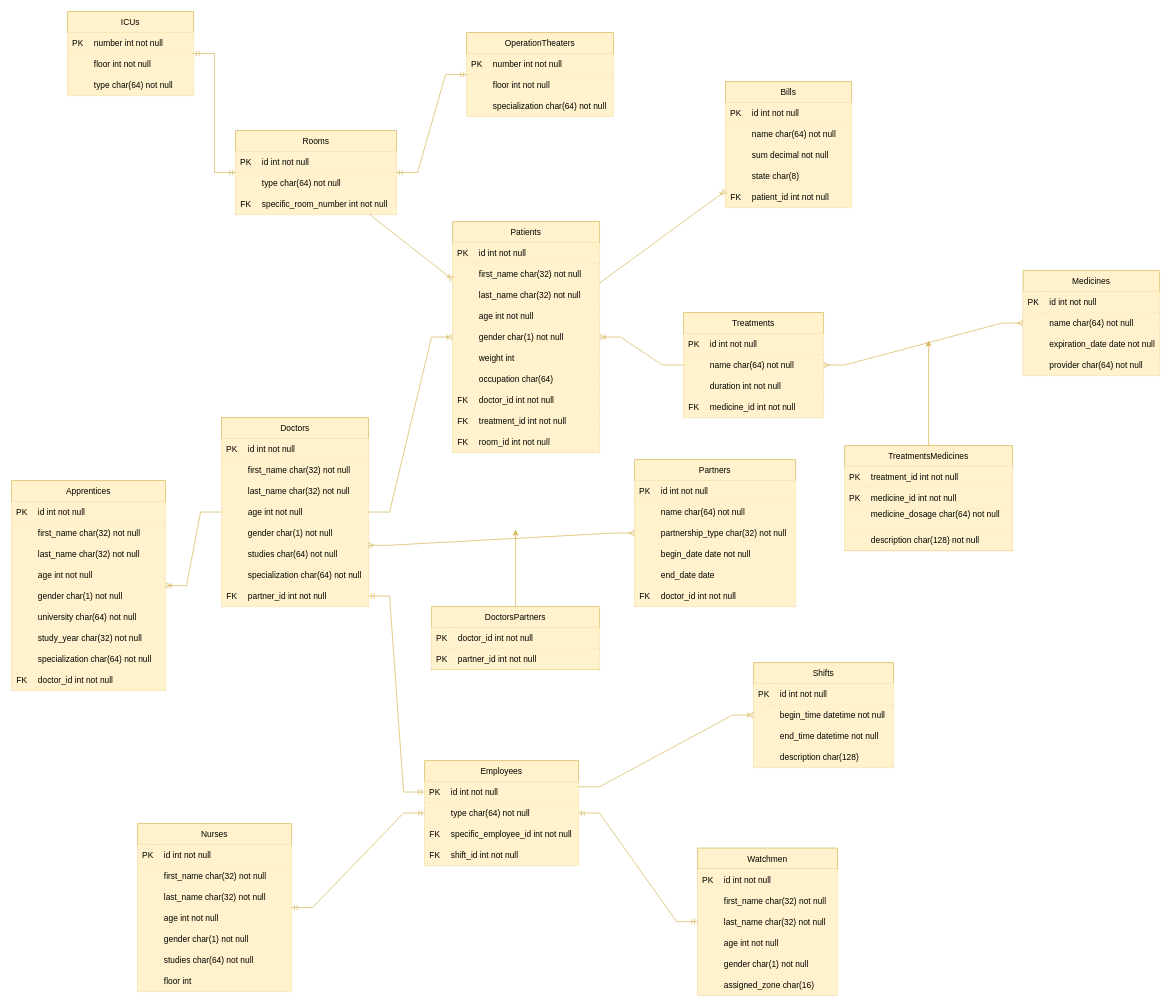
SimonMaracine/hospital-database-project keeps this draw.io diagram as relational_model.drawio. Above is the earlier version. Source tidied: cells renumbered, new cells numbered last; positions are measured from the earlier drawing's top-left corner, leaving out a move shared by most shapes. Both pictures are drawn from the tidied source at 70%, with x=0, y=0 at pixel (11, 11).
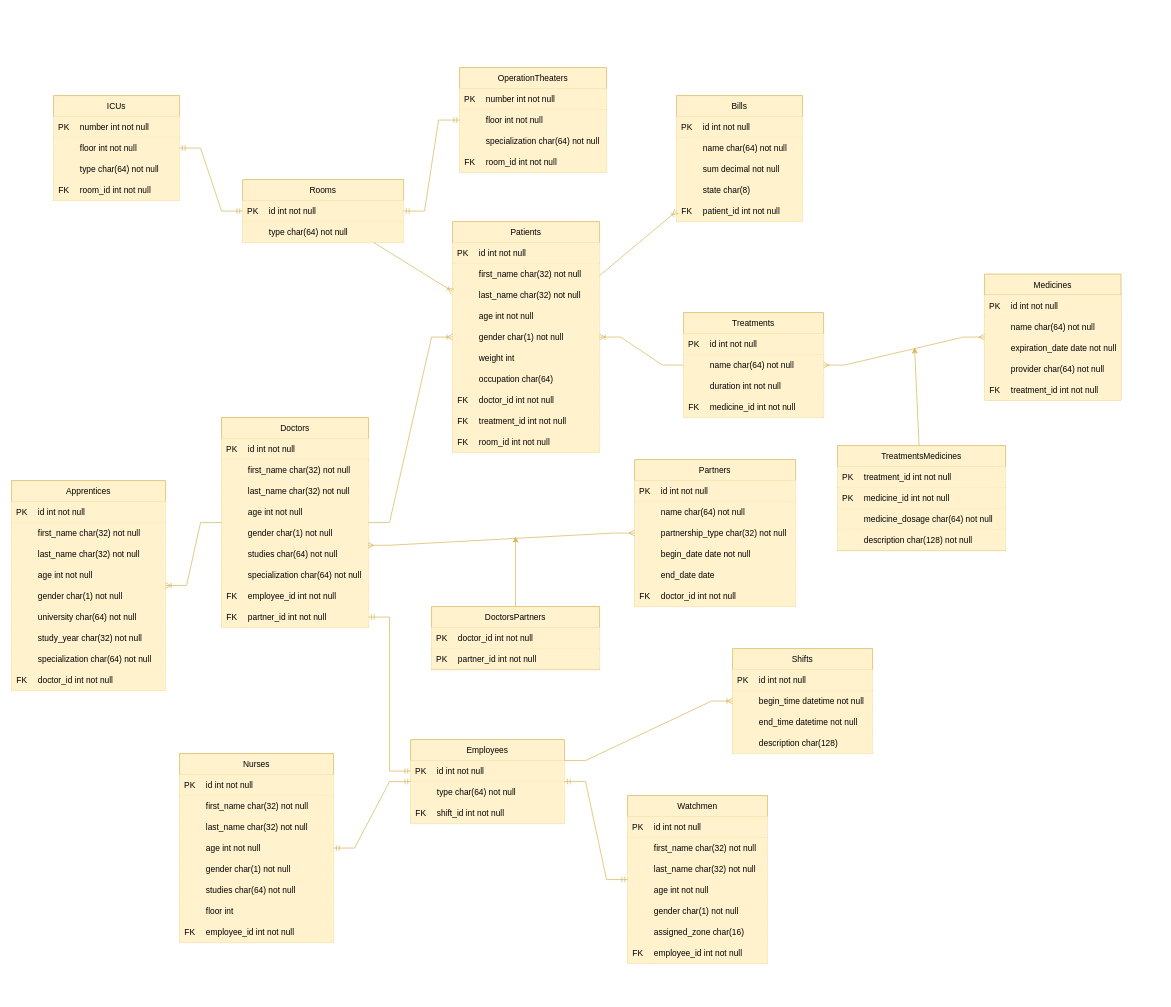
The same page after the edit.

Unchanged cells that the change refers to:
```xml
<mxCell id="244" style="shape=tableRow;horizontal=0;startSize=0;swimlaneHead=0;swimlaneBody=0;fillColor=#fff2cc;top=0;left=0;right=0;bottom=1;strokeColor=#d6b656;" parent="237" vertex="1">
  <mxGeometry y="90" width="240" height="30" as="geometry" />
</mxCell>
<mxCell id="270" value="DoctorsPartners" style="shape=table;startSize=30;childLayout=tableLayout;rowLines=0;align=center;fillColor=#fff2cc;strokeColor=#d6b656;" parent="1" vertex="1">
  <mxGeometry x="600" y="850" width="240" height="90" as="geometry" />
</mxCell>
```

The edit, as a diff of the source:
```diff
@@
     <mxCell id="2" value="Nurses" style="shape=table;startSize=30;childLayout=tableLayout;rowLines=0;align=center;fillColor=#fff2cc;strokeColor=#d6b656;" parent="1" vertex="1">
-      <mxGeometry x="180" y="1160" width="220" height="240" as="geometry" />
+      <mxGeometry x="240" y="1060" width="220" height="270" as="geometry" />
     </mxCell>
@@
+    <mxCell id="279" style="shape=tableRow;horizontal=0;startSize=0;swimlaneHead=0;swimlaneBody=0;fillColor=#fff2cc;top=0;left=0;right=0;bottom=0;strokeColor=#d6b656;" parent="2" vertex="1">
+      <mxGeometry y="240" width="220" height="30" as="geometry" />
+    </mxCell>
+    <mxCell id="280" value="FK" style="shape=partialRectangle;fillColor=#fff2cc;top=0;left=0;bottom=0;right=0;overflow=hidden;strokeColor=#d6b656;" parent="279" vertex="1">
+      <mxGeometry width="30" height="30" as="geometry" />
+    </mxCell>
+    <mxCell id="281" value="employee_id int not null" style="shape=partialRectangle;fillColor=#fff2cc;top=0;left=0;bottom=0;right=0;align=left;spacingLeft=6;overflow=hidden;strokeColor=#d6b656;" parent="279" vertex="1">
+      <mxGeometry x="30" width="190" height="30" as="geometry" />
+    </mxCell>
     <mxCell id="24" value="ICUs" style="shape=table;startSize=30;childLayout=tableLayout;rowLines=0;align=center;fillColor=#fff2cc;strokeColor=#d6b656;" parent="1" vertex="1">
-      <mxGeometry x="80" width="180" height="120" as="geometry" />
+      <mxGeometry x="60" y="120" width="180" height="150" as="geometry" />
     </mxCell>
@@
+    <mxCell id="282" style="shape=tableRow;horizontal=0;startSize=0;swimlaneHead=0;swimlaneBody=0;fillColor=#fff2cc;top=0;left=0;right=0;bottom=0;strokeColor=#d6b656;" parent="24" vertex="1">
+      <mxGeometry y="120" width="180" height="30" as="geometry" />
+    </mxCell>
+    <mxCell id="283" value="FK" style="shape=partialRectangle;fillColor=#fff2cc;top=0;left=0;bottom=0;right=0;overflow=hidden;strokeColor=#d6b656;" parent="282" vertex="1">
+      <mxGeometry width="30" height="30" as="geometry" />
+    </mxCell>
+    <mxCell id="284" value="room_id int not null" style="shape=partialRectangle;fillColor=#fff2cc;top=0;left=0;bottom=0;right=0;align=left;spacingLeft=6;overflow=hidden;strokeColor=#d6b656;" parent="282" vertex="1">
+      <mxGeometry x="30" width="150" height="30" as="geometry" />
+    </mxCell>
     <mxCell id="34" value="OperationTheaters" style="shape=table;startSize=30;childLayout=tableLayout;rowLines=0;align=center;fillColor=#fff2cc;strokeColor=#d6b656;" parent="1" vertex="1">
-      <mxGeometry x="650" y="30" width="210" height="120" as="geometry" />
+      <mxGeometry x="640" y="80" width="210" height="150" as="geometry" />
     </mxCell>
@@
+    <mxCell id="285" style="shape=tableRow;horizontal=0;startSize=0;swimlaneHead=0;swimlaneBody=0;fillColor=#fff2cc;top=0;left=0;right=0;bottom=0;strokeColor=#d6b656;" parent="34" vertex="1">
+      <mxGeometry y="120" width="210" height="30" as="geometry" />
+    </mxCell>
+    <mxCell id="286" value="FK" style="shape=partialRectangle;fillColor=#fff2cc;top=0;left=0;bottom=0;right=0;overflow=hidden;strokeColor=#d6b656;" parent="285" vertex="1">
+      <mxGeometry width="30" height="30" as="geometry" />
+    </mxCell>
+    <mxCell id="287" value="room_id int not null" style="shape=partialRectangle;fillColor=#fff2cc;top=0;left=0;bottom=0;right=0;align=left;spacingLeft=6;overflow=hidden;strokeColor=#d6b656;" parent="285" vertex="1">
+      <mxGeometry x="30" width="180" height="30" as="geometry" />
+    </mxCell>
     <mxCell id="44" value="Watchmen" style="shape=table;startSize=30;childLayout=tableLayout;rowLines=0;align=center;fillColor=#fff2cc;strokeColor=#d6b656;" parent="1" vertex="1">
-      <mxGeometry x="980" y="1195" width="200" height="210" as="geometry" />
+      <mxGeometry x="880" y="1120" width="200" height="240" as="geometry" />
     </mxCell>
@@
+    <mxCell id="288" style="shape=tableRow;horizontal=0;startSize=0;swimlaneHead=0;swimlaneBody=0;fillColor=#fff2cc;top=0;left=0;right=0;bottom=0;strokeColor=#d6b656;" parent="44" vertex="1">
+      <mxGeometry y="210" width="200" height="30" as="geometry" />
+    </mxCell>
+    <mxCell id="289" value="FK" style="shape=partialRectangle;fillColor=#fff2cc;top=0;left=0;bottom=0;right=0;overflow=hidden;strokeColor=#d6b656;" parent="288" vertex="1">
+      <mxGeometry width="30" height="30" as="geometry" />
+    </mxCell>
+    <mxCell id="290" value="employee_id int not null" style="shape=partialRectangle;fillColor=#fff2cc;top=0;left=0;bottom=0;right=0;align=left;spacingLeft=6;overflow=hidden;strokeColor=#d6b656;" parent="288" vertex="1">
+      <mxGeometry x="30" width="170" height="30" as="geometry" />
+    </mxCell>
     <mxCell id="63" value="Shifts" style="shape=table;startSize=30;childLayout=tableLayout;rowLines=0;align=center;fillColor=#fff2cc;strokeColor=#d6b656;" parent="1" vertex="1">
-      <mxGeometry x="1060" y="930" width="200" height="150" as="geometry" />
+      <mxGeometry x="1030" y="910" width="200" height="150" as="geometry" />
     </mxCell>
@@
     <mxCell id="126" value="Rooms" style="shape=table;startSize=30;childLayout=tableLayout;rowLines=0;align=center;fillColor=#fff2cc;strokeColor=#d6b656;" parent="1" vertex="1">
-      <mxGeometry x="320" y="170" width="230" height="120" as="geometry" />
+      <mxGeometry x="330" y="240" width="230" height="90" as="geometry" />
     </mxCell>
@@
-    <mxCell id="133" style="shape=tableRow;horizontal=0;startSize=0;swimlaneHead=0;swimlaneBody=0;fillColor=#fff2cc;top=0;left=0;right=0;bottom=0;strokeColor=#d6b656;" parent="126" vertex="1">
-      <mxGeometry y="90" width="230" height="30" as="geometry" />
-    </mxCell>
-    <mxCell id="134" value="FK" style="shape=partialRectangle;fillColor=#fff2cc;top=0;left=0;bottom=0;right=0;overflow=hidden;strokeColor=#d6b656;" parent="133" vertex="1">
-      <mxGeometry width="30" height="30" as="geometry" />
-    </mxCell>
-    <mxCell id="135" value="specific_room_number int not null" style="shape=partialRectangle;fillColor=#fff2cc;top=0;left=0;bottom=0;right=0;align=left;spacingLeft=6;overflow=hidden;strokeColor=#d6b656;" parent="133" vertex="1">
-      <mxGeometry x="30" width="200" height="30" as="geometry" />
-    </mxCell>
     <mxCell id="136" value="Bills" style="shape=table;startSize=30;childLayout=tableLayout;rowLines=0;align=center;fillColor=#fff2cc;strokeColor=#d6b656;" parent="1" vertex="1">
-      <mxGeometry x="1020" y="100" width="180" height="180" as="geometry" />
+      <mxGeometry x="950" y="120" width="180" height="180" as="geometry" />
     </mxCell>
@@
     <mxCell id="152" value="Doctors" style="shape=table;startSize=30;childLayout=tableLayout;rowLines=0;align=center;fillColor=#fff2cc;strokeColor=#d6b656;" parent="1" vertex="1">
-      <mxGeometry x="300" y="580" width="210" height="270" as="geometry" />
+      <mxGeometry x="300" y="580" width="210" height="300" as="geometry" />
     </mxCell>
@@
+    <mxCell id="291" style="shape=tableRow;horizontal=0;startSize=0;swimlaneHead=0;swimlaneBody=0;fillColor=#fff2cc;top=0;left=0;right=0;bottom=0;strokeColor=#d6b656;" parent="152" vertex="1">
+      <mxGeometry y="240" width="210" height="30" as="geometry" />
+    </mxCell>
+    <mxCell id="292" value="FK" style="shape=partialRectangle;fillColor=#fff2cc;top=0;left=0;bottom=0;right=0;overflow=hidden;strokeColor=#d6b656;" parent="291" vertex="1">
+      <mxGeometry width="30" height="30" as="geometry" />
+    </mxCell>
+    <mxCell id="293" value="employee_id int not null" style="shape=partialRectangle;fillColor=#fff2cc;top=0;left=0;bottom=0;right=0;align=left;spacingLeft=6;overflow=hidden;strokeColor=#d6b656;" parent="291" vertex="1">
+      <mxGeometry x="30" width="180" height="30" as="geometry" />
+    </mxCell>
     <mxCell id="174" style="shape=tableRow;horizontal=0;startSize=0;swimlaneHead=0;swimlaneBody=0;fillColor=#fff2cc;points=[[0,0.5],[1,0.5]];portConstraint=eastwest;top=0;left=0;right=0;bottom=0;strokeColor=#d6b656;" parent="152" vertex="1">
-      <mxGeometry y="240" width="210" height="30" as="geometry" />
+      <mxGeometry y="270" width="210" height="30" as="geometry" />
     </mxCell>
@@
     <mxCell id="218" value="Medicines" style="shape=table;startSize=30;childLayout=tableLayout;rowLines=0;align=center;fillColor=#fff2cc;strokeColor=#d6b656;" parent="1" vertex="1">
-      <mxGeometry x="1445" y="370" width="195" height="150" as="geometry" />
+      <mxGeometry x="1390" y="375" width="195" height="180" as="geometry" />
     </mxCell>
@@
+    <mxCell id="294" style="shape=tableRow;horizontal=0;startSize=0;swimlaneHead=0;swimlaneBody=0;fillColor=#fff2cc;top=0;left=0;right=0;bottom=0;strokeColor=#d6b656;" parent="218" vertex="1">
+      <mxGeometry y="150" width="195" height="30" as="geometry" />
+    </mxCell>
+    <mxCell id="295" value="FK" style="shape=partialRectangle;fillColor=#fff2cc;top=0;left=0;bottom=0;right=0;overflow=hidden;strokeColor=#d6b656;" parent="294" vertex="1">
+      <mxGeometry width="30" height="30" as="geometry" />
+    </mxCell>
+    <mxCell id="296" value="treatment_id int not null" style="shape=partialRectangle;fillColor=#fff2cc;top=0;left=0;bottom=0;right=0;align=left;spacingLeft=6;overflow=hidden;strokeColor=#d6b656;" parent="294" vertex="1">
+      <mxGeometry x="30" width="165" height="30" as="geometry" />
+    </mxCell>
@@
     <mxCell id="237" value="TreatmentsMedicines" style="shape=table;startSize=30;childLayout=tableLayout;rowLines=0;align=center;fillColor=#fff2cc;strokeColor=#d6b656;" parent="1" vertex="1">
-      <mxGeometry x="1190" y="620" width="240" height="150" as="geometry" />
+      <mxGeometry x="1180" y="620" width="240" height="150" as="geometry" />
     </mxCell>
@@
-    <mxCell id="246" value="medicine_dosage char(64) not null&#10;" style="shape=partialRectangle;fillColor=#fff2cc;top=0;left=0;bottom=0;right=0;align=left;spacingLeft=6;overflow=hidden;strokeColor=#d6b656;" parent="244" vertex="1">
+    <mxCell id="246" value="medicine_dosage char(64) not null" style="shape=partialRectangle;fillColor=#fff2cc;top=0;left=0;bottom=0;right=0;align=left;spacingLeft=6;overflow=hidden;strokeColor=#d6b656;" parent="244" vertex="1">
       <mxGeometry x="30" width="210" height="30" as="geometry" />
     </mxCell>
@@
     <mxCell id="251" value="Employees" style="shape=table;startSize=30;childLayout=tableLayout;rowLines=0;align=center;fillColor=#fff2cc;strokeColor=#d6b656;" parent="1" vertex="1">
-      <mxGeometry x="590" y="1070" width="220" height="150" as="geometry" />
+      <mxGeometry x="570" y="1040" width="220" height="120" as="geometry" />
     </mxCell>
@@
-    <mxCell id="258" style="shape=tableRow;horizontal=0;startSize=0;swimlaneHead=0;swimlaneBody=0;fillColor=#fff2cc;top=0;left=0;right=0;bottom=0;strokeColor=#d6b656;" parent="251" vertex="1">
-      <mxGeometry y="90" width="220" height="30" as="geometry" />
-    </mxCell>
-    <mxCell id="259" value="FK" style="shape=partialRectangle;fillColor=#fff2cc;top=0;left=0;bottom=0;right=0;overflow=hidden;strokeColor=#d6b656;" parent="258" vertex="1">
-      <mxGeometry width="30" height="30" as="geometry" />
-    </mxCell>
-    <mxCell id="260" value="specific_employee_id int not null" style="shape=partialRectangle;fillColor=#fff2cc;top=0;left=0;bottom=0;right=0;align=left;spacingLeft=6;overflow=hidden;strokeColor=#d6b656;" parent="258" vertex="1">
-      <mxGeometry x="30" width="190" height="30" as="geometry" />
-    </mxCell>
     <mxCell id="261" style="shape=tableRow;horizontal=0;startSize=0;swimlaneHead=0;swimlaneBody=0;fillColor=#fff2cc;top=0;left=0;right=0;bottom=0;strokeColor=#d6b656;" parent="251" vertex="1">
-      <mxGeometry y="120" width="220" height="30" as="geometry" />
+      <mxGeometry y="90" width="220" height="30" as="geometry" />
     </mxCell>
@@
     <mxCell id="277" style="endArrow=classic;rounded=0;fillColor=#fff2cc;strokeColor=#d6b656;" parent="1" edge="1" source="270">
       <mxGeometry relative="1" as="geometry">
-        <mxPoint x="720" y="740" as="targetPoint" />
+        <mxPoint x="720" y="750" as="targetPoint" />
       </mxGeometry>
     </mxCell>
     <mxCell id="278" style="endArrow=classic;rounded=0;fillColor=#fff2cc;strokeColor=#d6b656;" parent="1" edge="1" source="237">
       <mxGeometry relative="1" as="geometry">
-        <mxPoint x="1310" y="470" as="targetPoint" />
+        <mxPoint x="1290" y="480" as="targetPoint" />
       </mxGeometry>
     </mxCell>
```
